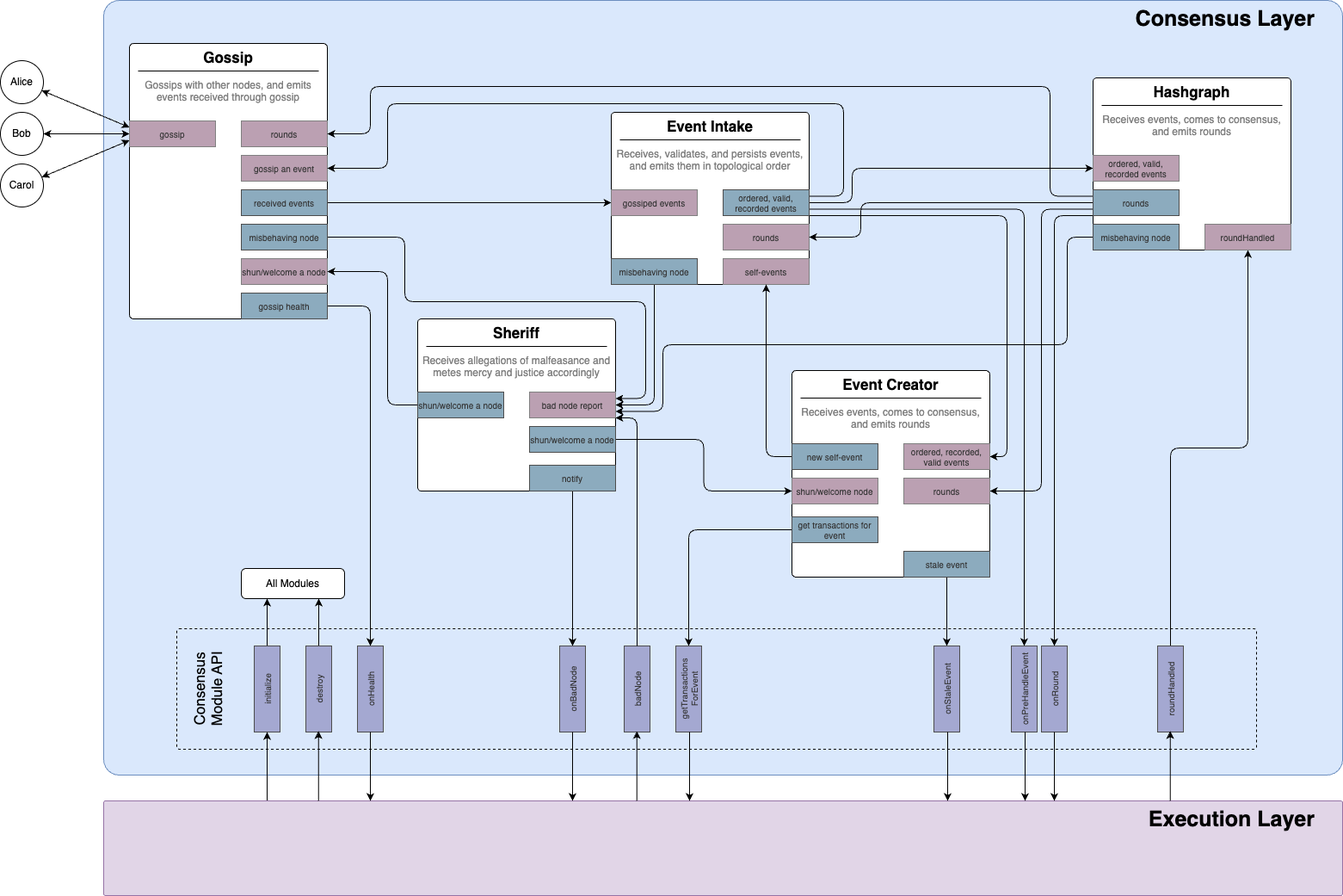
hashgraph/hedera-services keeps this draw.io diagram as platform-sdk/docs/proposals/consensus-layer/consensus-module-arch.png. Above is the earlier version. Source tidied: cells renumbered, new cells last; positions are measured from the earlier drawing's top-left corner, leaving out a move shared by most shapes.
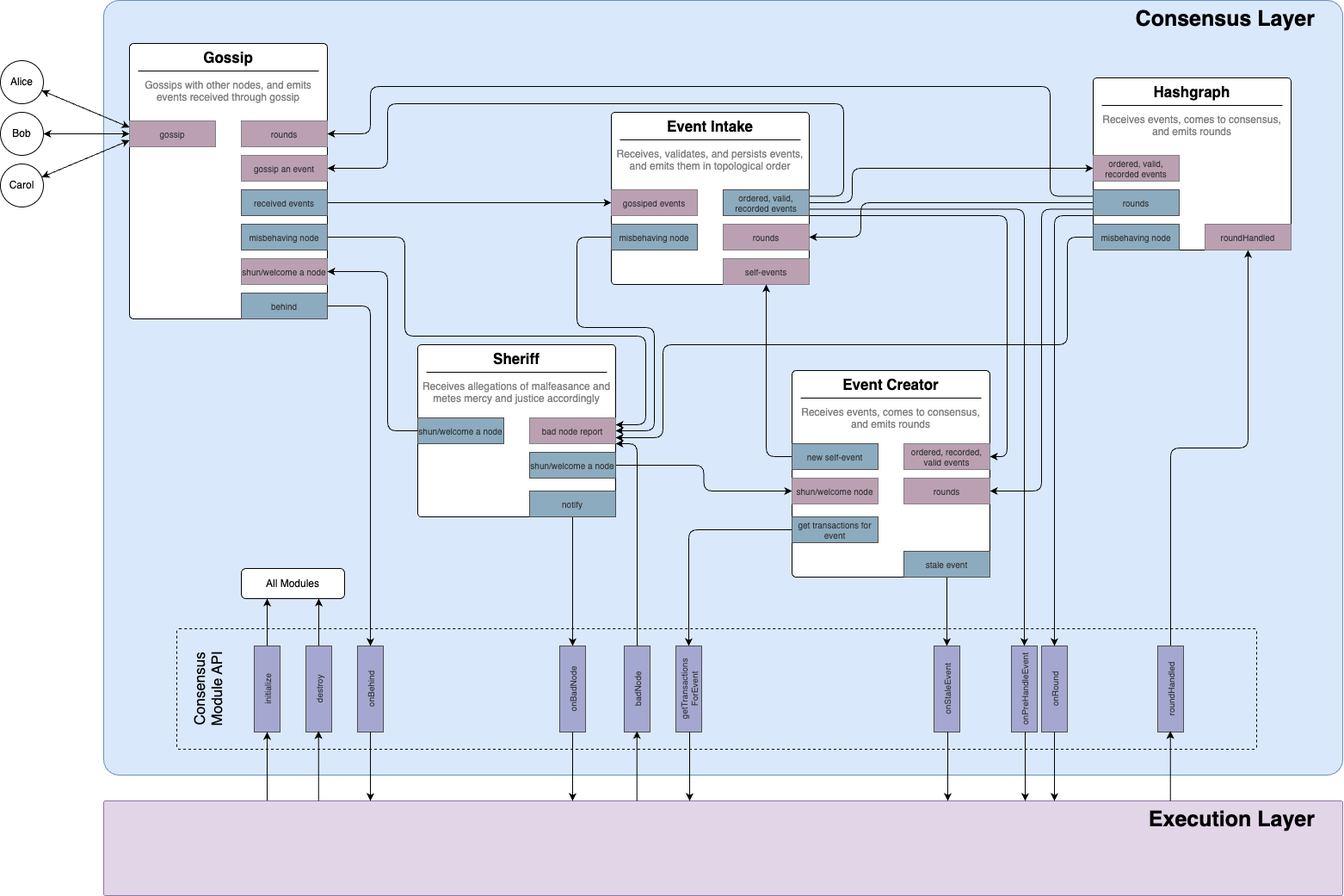
Above is the later version.

Commit message:
WIP. Update diagram labels

The edit, as a diff of the source:
```diff
@@ -49,17 +49,17 @@
         </Array>
       </mxGeometry>
     </mxCell>
-    <mxCell id="15" value="gossip health" style="rounded=0;whiteSpace=wrap;html=1;fontSize=10;fontColor=#333333;strokeColor=#4D4D4D;align=center;verticalAlign=middle;fontFamily=Helvetica;fillColor=#8CABBE;" parent="1" vertex="1">
+    <mxCell id="15" value="behind" style="rounded=0;whiteSpace=wrap;html=1;fontSize=10;fontColor=#333333;strokeColor=#4D4D4D;align=center;verticalAlign=middle;fontFamily=Helvetica;fillColor=#8CABBE;" parent="1" vertex="1">
       <mxGeometry x="280" y="340" width="100" height="30" as="geometry" />
     </mxCell>
     <mxCell id="16" style="edgeStyle=orthogonalEdgeStyle;rounded=1;jettySize=auto;html=1;exitX=1;exitY=0.5;exitDx=0;exitDy=0;entryX=1;entryY=0.25;entryDx=0;entryDy=0;curved=0;" parent="1" edge="1" source="17" target="40">
       <mxGeometry relative="1" as="geometry">
         <Array as="points">
           <mxPoint x="470" y="275" />
-          <mxPoint x="470" y="350" />
-          <mxPoint x="750" y="350" />
-          <mxPoint x="750" y="463" />
-          <mxPoint x="715" y="463" />
+          <mxPoint x="470" y="390" />
+          <mxPoint x="750" y="390" />
+          <mxPoint x="750" y="493" />
+          <mxPoint x="715" y="493" />
         </Array>
       </mxGeometry>
     </mxCell>
@@ -90,15 +90,18 @@
     <mxCell id="24" value="gossiped events" style="rounded=0;whiteSpace=wrap;html=1;fontSize=10;fontColor=#333333;strokeColor=#808080;shadow=0;glass=0;align=center;verticalAlign=middle;fontFamily=Helvetica;fillColor=#BBA0B2;" parent="1" vertex="1">
       <mxGeometry x="710" y="220" width="100" height="30" as="geometry" />
     </mxCell>
-    <mxCell id="25" style="edgeStyle=orthogonalEdgeStyle;rounded=1;jettySize=auto;html=1;exitX=0.5;exitY=1;exitDx=0;exitDy=0;entryX=1;entryY=0.5;entryDx=0;entryDy=0;curved=0;" parent="1" edge="1" source="26" target="40">
+    <mxCell id="25" style="edgeStyle=orthogonalEdgeStyle;rounded=1;jettySize=auto;html=1;exitX=0;exitY=0.5;exitDx=0;exitDy=0;entryX=1;entryY=0.5;entryDx=0;entryDy=0;curved=0;" parent="1" edge="1" source="26" target="40">
       <mxGeometry relative="1" as="geometry">
         <Array as="points">
-          <mxPoint x="760" y="470" />
+          <mxPoint x="670" y="275" />
+          <mxPoint x="670" y="380" />
+          <mxPoint x="760" y="380" />
+          <mxPoint x="760" y="500" />
         </Array>
       </mxGeometry>
     </mxCell>
     <mxCell id="26" value="misbehaving node" style="rounded=0;whiteSpace=wrap;html=1;fontSize=10;fontColor=#333333;strokeColor=#4D4D4D;fillColor=#8CABBE;" parent="1" vertex="1">
-      <mxGeometry x="710" y="300" width="100" height="30" as="geometry" />
+      <mxGeometry x="710" y="260" width="100" height="30" as="geometry" />
     </mxCell>
     <mxCell id="27" style="edgeStyle=orthogonalEdgeStyle;rounded=1;jettySize=auto;html=1;entryX=0;entryY=0.5;entryDx=0;entryDy=0;curved=0;" parent="1" edge="1" source="31" target="45">
       <mxGeometry relative="1" as="geometry">
@@ -143,33 +146,33 @@
       <mxGeometry x="840" y="300" width="100" height="30" as="geometry" />
     </mxCell>
     <mxCell id="34" value="&lt;font style=&quot;font-size: 17px;&quot;&gt;&lt;b&gt;Sheriff&lt;/b&gt;&lt;br&gt;&lt;/font&gt;&lt;font color=&quot;#808080&quot;&gt;&lt;br&gt;Receives allegations of malfeasance and metes mercy and justice accordingly&lt;/font&gt;" style="rounded=1;whiteSpace=wrap;html=1;arcSize=2;verticalAlign=top;" parent="1" vertex="1">
-      <mxGeometry x="485" y="370" width="230" height="200" as="geometry" />
+      <mxGeometry x="485" y="400" width="230" height="200" as="geometry" />
     </mxCell>
     <mxCell id="35" style="endArrow=none;html=1;rounded=0;entryX=0.957;entryY=0.231;entryDx=0;entryDy=0;entryPerimeter=0;" parent="1" edge="1">
       <mxGeometry relative="1" as="geometry">
-        <mxPoint x="495" y="402" as="sourcePoint" />
-        <mxPoint x="705.1" y="402" as="targetPoint" />
+        <mxPoint x="495" y="432" as="sourcePoint" />
+        <mxPoint x="705.1" y="432" as="targetPoint" />
       </mxGeometry>
     </mxCell>
     <mxCell id="36" style="edgeStyle=orthogonalEdgeStyle;rounded=1;jettySize=auto;html=1;exitX=0;exitY=0.5;exitDx=0;exitDy=0;entryX=1;entryY=0.5;entryDx=0;entryDy=0;curved=0;" parent="1" edge="1" source="37" target="18">
       <mxGeometry relative="1" as="geometry">
         <Array as="points">
-          <mxPoint x="450" y="470" />
+          <mxPoint x="450" y="500" />
           <mxPoint x="450" y="315" />
         </Array>
       </mxGeometry>
     </mxCell>
     <mxCell id="37" value="shun/welcome a node" style="rounded=0;whiteSpace=wrap;html=1;fontSize=10;fontColor=#333333;strokeColor=#4D4D4D;fillColor=#8CABBE;" parent="1" vertex="1">
-      <mxGeometry x="485" y="455" width="100" height="30" as="geometry" />
+      <mxGeometry x="485" y="485" width="100" height="30" as="geometry" />
     </mxCell>
     <mxCell id="38" style="edgeStyle=orthogonalEdgeStyle;rounded=1;jettySize=auto;html=1;exitX=0.5;exitY=1;exitDx=0;exitDy=0;entryX=1;entryY=0.5;entryDx=0;entryDy=0;curved=0;" parent="1" edge="1" source="39" target="61">
       <mxGeometry relative="1" as="geometry" />
     </mxCell>
     <mxCell id="39" value="notify" style="rounded=0;whiteSpace=wrap;html=1;fontSize=10;fontColor=#333333;strokeColor=#4D4D4D;fillColor=#8CABBE;" parent="1" vertex="1">
-      <mxGeometry x="615" y="540" width="100" height="30" as="geometry" />
+      <mxGeometry x="615" y="570" width="100" height="30" as="geometry" />
     </mxCell>
     <mxCell id="40" value="bad node report" style="rounded=0;whiteSpace=wrap;html=1;fontSize=10;fontColor=#333333;strokeColor=#808080;shadow=0;glass=0;align=center;verticalAlign=middle;fontFamily=Helvetica;fillColor=#BBA0B2;" parent="1" vertex="1">
-      <mxGeometry x="615" y="455" width="100" height="30" as="geometry" />
+      <mxGeometry x="615" y="485" width="100" height="30" as="geometry" />
     </mxCell>
     <mxCell id="41" value="&lt;font style=&quot;font-size: 17px;&quot;&gt;&lt;b&gt;Hashgraph&lt;/b&gt;&lt;br&gt;&lt;/font&gt;&lt;font color=&quot;#808080&quot;&gt;&lt;br&gt;Receives events, comes to consensus, and emits rounds&lt;/font&gt;" style="rounded=1;whiteSpace=wrap;html=1;arcSize=2;verticalAlign=top;" parent="1" vertex="1">
       <mxGeometry x="1270" y="90" width="230" height="200" as="geometry" />
@@ -234,8 +237,8 @@
           <mxPoint x="1240" y="275" />
           <mxPoint x="1240" y="400" />
           <mxPoint x="770" y="400" />
-          <mxPoint x="770" y="478" />
-          <mxPoint x="715" y="478" />
+          <mxPoint x="770" y="508" />
+          <mxPoint x="715" y="508" />
         </Array>
       </mxGeometry>
     </mxCell>
@@ -299,7 +302,7 @@
     <mxCell id="71" value="destroy" style="rounded=0;whiteSpace=wrap;html=1;fontSize=10;fontColor=#333333;strokeColor=#4D4D4D;fillColor=#A4A8D1;rotation=-90;" parent="1" vertex="1">
       <mxGeometry x="320" y="785" width="100" height="30" as="geometry" />
     </mxCell>
-    <mxCell id="72" value="onHealth" style="rounded=0;whiteSpace=wrap;html=1;fontSize=10;fontColor=#333333;strokeColor=#4D4D4D;fillColor=#A4A8D1;rotation=-90;" parent="1" vertex="1">
+    <mxCell id="72" value="onBehind" style="rounded=0;whiteSpace=wrap;html=1;fontSize=10;fontColor=#333333;strokeColor=#4D4D4D;fillColor=#A4A8D1;rotation=-90;" parent="1" vertex="1">
       <mxGeometry x="380" y="785" width="100" height="30" as="geometry" />
     </mxCell>
     <mxCell id="73" value="All Modules" style="rounded=1;whiteSpace=wrap;html=1;" parent="1" vertex="1">
@@ -362,7 +365,7 @@
       <mxGeometry relative="1" as="geometry" />
     </mxCell>
     <mxCell id="85" value="shun/welcome a node" style="rounded=0;whiteSpace=wrap;html=1;fontSize=10;fontColor=#333333;strokeColor=#4D4D4D;fillColor=#8CABBE;" parent="1" vertex="1">
-      <mxGeometry x="615" y="495" width="100" height="30" as="geometry" />
+      <mxGeometry x="615" y="525" width="100" height="30" as="geometry" />
     </mxCell>
     <mxCell id="86" value="shun/welcome node" style="rounded=0;whiteSpace=wrap;html=1;fontSize=10;fontColor=#333333;strokeColor=#808080;shadow=0;glass=0;align=center;verticalAlign=middle;fontFamily=Helvetica;fillColor=#BBA0B2;" parent="1" vertex="1">
       <mxGeometry x="920" y="555" width="100" height="30" as="geometry" />
@@ -373,7 +376,7 @@
     <mxCell id="88" style="edgeStyle=orthogonalEdgeStyle;rounded=1;jettySize=auto;html=1;curved=0;entryX=1;entryY=1;entryDx=0;entryDy=0;" parent="1" edge="1" source="87" target="40">
       <mxGeometry relative="1" as="geometry">
         <Array as="points">
-          <mxPoint x="740" y="485" />
+          <mxPoint x="740" y="515" />
         </Array>
       </mxGeometry>
     </mxCell>
```
